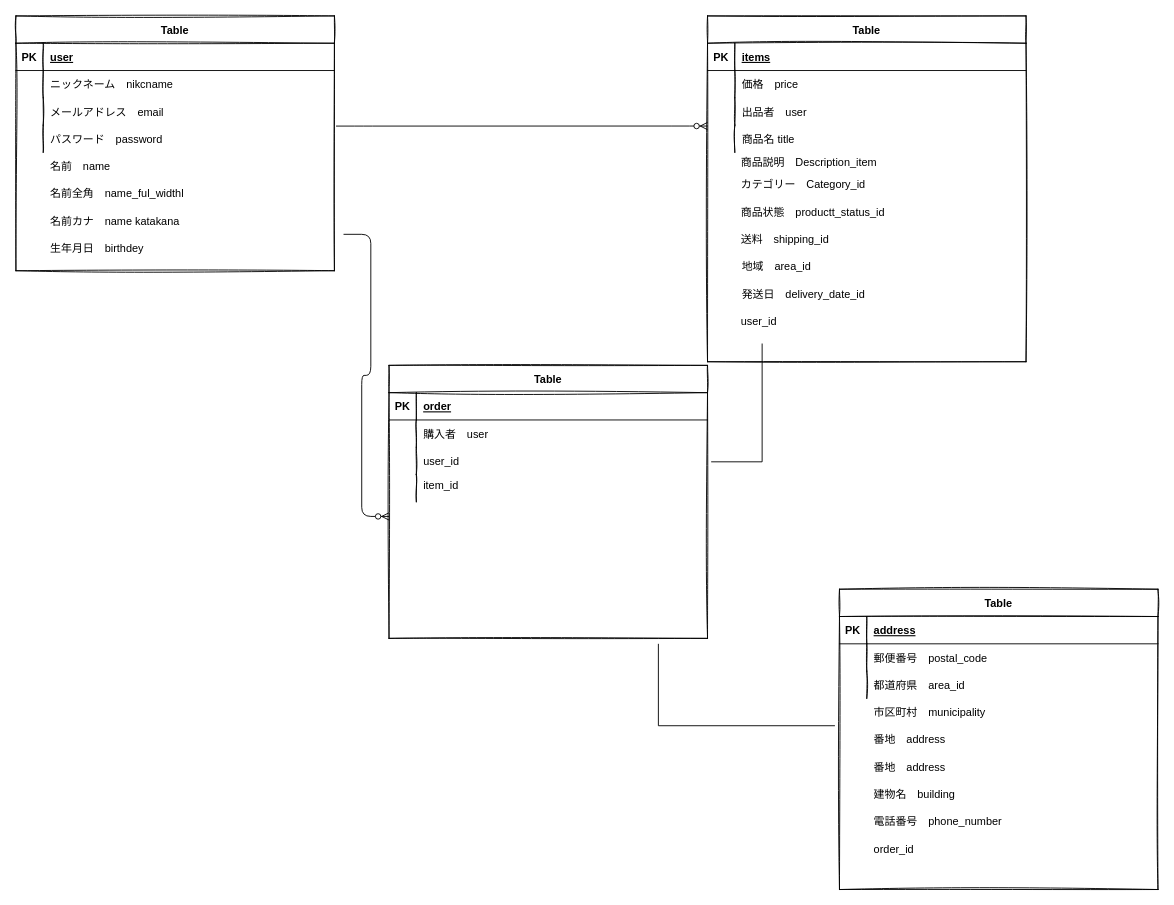
This is E R.dio from ryota-akamatsu/furima-33952, a draw.io file, before an edit. Source tidied: cells renumbered, new cells numbered last; positions are measured from the earlier drawing's top-left corner, leaving out a move shared by most shapes. Both pictures are drawn from the tidied source at 91%, with x=0, y=0 at pixel (15, 15).
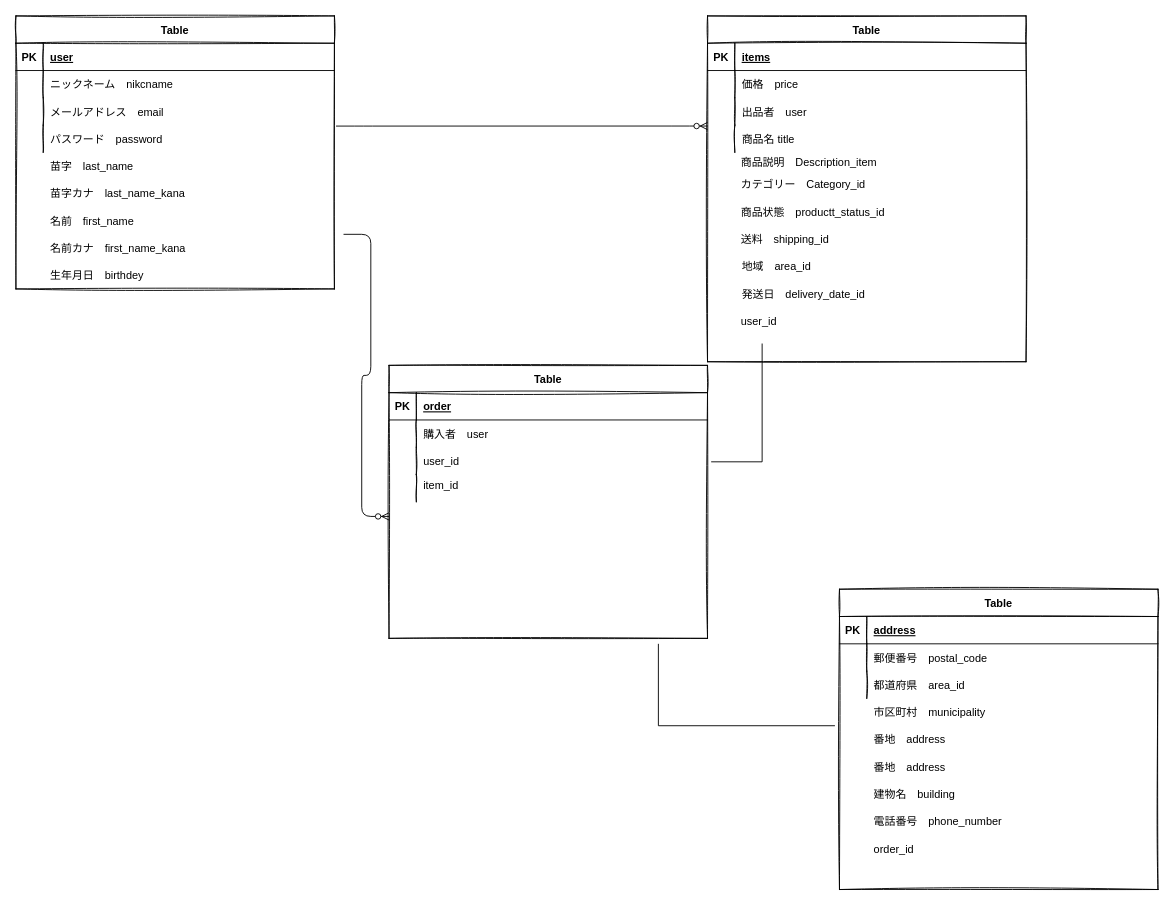
The same diagram, later.

Change to the diagram source:
```diff
@@
     <mxCell id="2" value="Table" style="shape=table;startSize=30;childLayout=tableLayout;rowLines=0;fontStyle=1;align=center;rounded=0;sketch=1;" parent="1" vertex="1">
-      <mxGeometry width="350" height="280" as="geometry" />
+      <mxGeometry width="350" height="300" as="geometry" />
     </mxCell>
@@
-    <mxCell id="15" value="名前　name" style="shape=partialRectangle;fillColor=none;top=0;left=0;bottom=0;right=0;align=left;spacingLeft=6;overflow=hidden;" parent="1" vertex="1">
+    <mxCell id="15" value="苗字　last_name" style="shape=partialRectangle;fillColor=none;top=0;left=0;bottom=0;right=0;align=left;spacingLeft=6;overflow=hidden;" parent="1" vertex="1">
       <mxGeometry x="30" y="150" width="320" height="30" as="geometry" />
     </mxCell>
-    <mxCell id="16" value="名前全角　name_ful_widthl" style="shape=partialRectangle;fillColor=none;top=0;left=0;bottom=0;right=0;align=left;spacingLeft=6;overflow=hidden;" parent="1" vertex="1">
+    <mxCell id="16" value="苗字カナ　last_name_kana" style="shape=partialRectangle;fillColor=none;top=0;left=0;bottom=0;right=0;align=left;spacingLeft=6;overflow=hidden;" parent="1" vertex="1">
       <mxGeometry x="30" y="180" width="320" height="30" as="geometry" />
     </mxCell>
     <mxCell id="17" value="生年月日　birthdey" style="shape=partialRectangle;fillColor=none;top=0;left=0;bottom=0;right=0;align=left;spacingLeft=6;overflow=hidden;" parent="1" vertex="1">
-      <mxGeometry x="30" y="240" width="320" height="30" as="geometry" />
+      <mxGeometry x="30" y="270" width="320" height="30" as="geometry" />
     </mxCell>
@@
-    <mxCell id="72" value="名前カナ　name katakana" style="shape=partialRectangle;fillColor=none;top=0;left=0;bottom=0;right=0;align=left;spacingLeft=6;overflow=hidden;" parent="1" vertex="1">
+    <mxCell id="72" value="名前　first_name" style="shape=partialRectangle;fillColor=none;top=0;left=0;bottom=0;right=0;align=left;spacingLeft=6;overflow=hidden;" parent="1" vertex="1">
       <mxGeometry x="30" y="210" width="320" height="30" as="geometry" />
     </mxCell>
@@
+    <mxCell id="74" value="名前カナ　first_name_kana" style="shape=partialRectangle;fillColor=none;top=0;left=0;bottom=0;right=0;align=left;spacingLeft=6;overflow=hidden;" parent="1" vertex="1">
+      <mxGeometry x="30" y="240" width="320" height="30" as="geometry" />
+    </mxCell>
```
